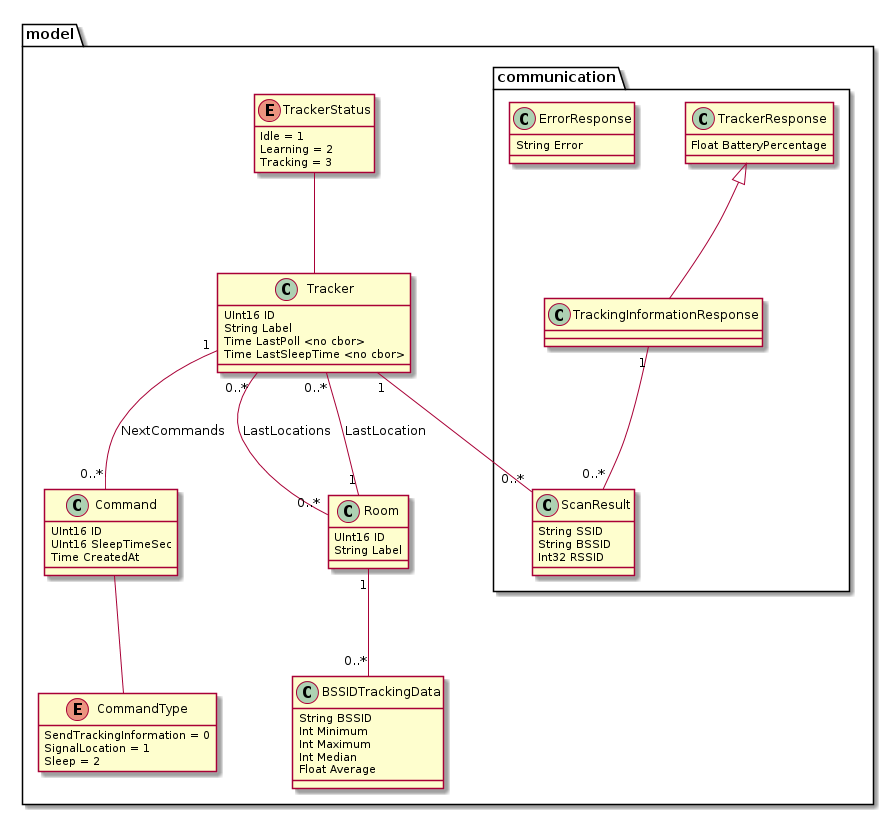
The PlantUML diagram paper/images/uml.png in glidingthroughspace/paper-tracker, before a commit. The source it was exported from:
```plantuml
@startuml
skinparam nodesep 50
skinparam ranksep 100

package model {
  class Tracker {
    UInt16 ID
    String Label
    Time LastPoll <no cbor>
    Time LastSleepTime <no cbor>
  }

  enum TrackerStatus {
    Idle = 1
    Learning = 2
    Tracking = 3
  }
  hide TrackerStatus methods

  class Command {
    UInt16 ID
    UInt16 SleepTimeSec
    Time CreatedAt
  }

  enum CommandType {
    SendTrackingInformation = 0
    SignalLocation = 1
    Sleep = 2
  }
  hide CommandType methods
  together {
    class Command
    enum CommandType
  }

  class Room {
    UInt16 ID
    String Label
  }

  class BSSIDTrackingData {
    String BSSID
    Int Minimum
    Int Maximum
    Int Median
    Float Average
  }
  together {
    class Room
    class BSSIDTrackingData
  }

  package communication {
    class TrackerResponse {
      Float BatteryPercentage
    }

    class TrackingInformationResponse {
    }

    class ScanResult {
      String SSID
      String BSSID
      Int32 RSSID
    }

    class ErrorResponse {
      String Error
    }
  }

  Tracker -up- TrackerStatus
  Tracker "0..*" -- "0..*" Room : LastLocations
  Tracker "0..*" -- "1" Room : LastLocation
  Tracker "1" -- "0..*" Command : NextCommands
  Tracker "1" -- "0..*" ScanResult

  Command -- CommandType

  Room "1" -- "0..*" BSSIDTrackingData

  TrackerResponse <|-- TrackingInformationResponse
  TrackingInformationResponse "1" -- "0..*" ScanResult
}
@enduml
```
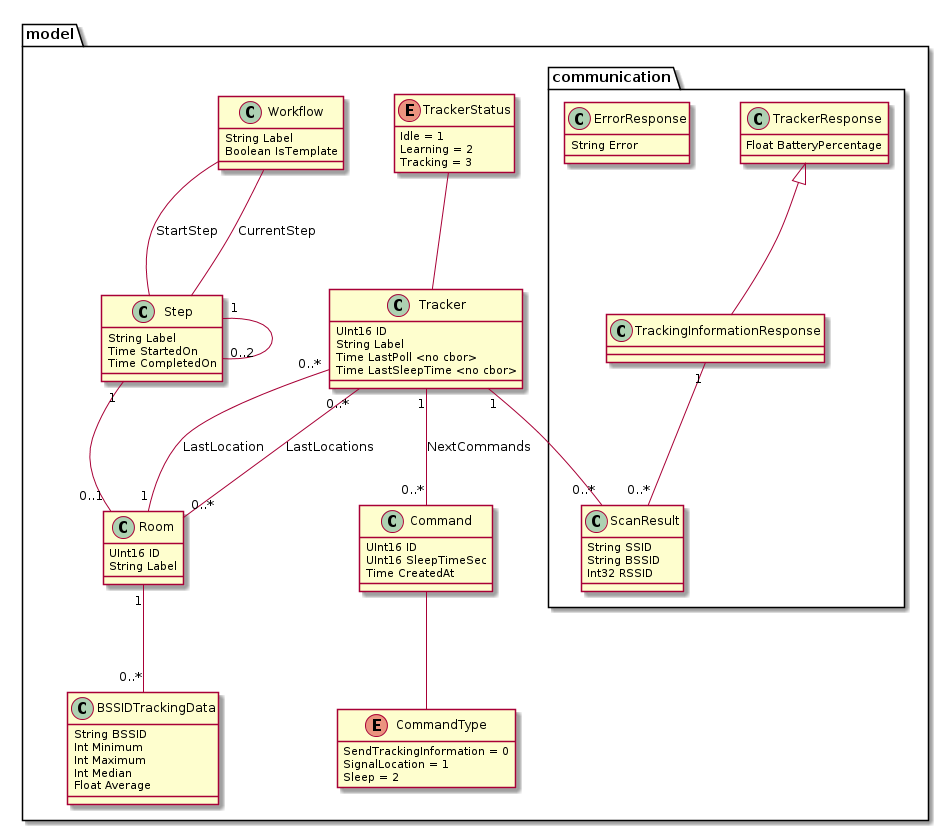
After the commit.

Commit message:
Add workflow to uml

Change to the diagram source:
```diff
@@ -51,6 +51,21 @@
     class BSSIDTrackingData
   }
 
+  class Workflow {
+  	String Label
+    Boolean IsTemplate
+  }
+
+  class Step {
+  	String Label
+    Time StartedOn
+    Time CompletedOn
+  }
+  together {
+  	class Workflow
+    class Step
+  }
+
   package communication {
     class TrackerResponse {
       Float BatteryPercentage
@@ -80,6 +95,11 @@
 
   Room "1" -- "0..*" BSSIDTrackingData
 
+  Workflow -- Step : StartStep
+  Workflow -- Step : CurrentStep
+  Step "1" -- "0..1" Room
+  Step "1" -- "0..2" Step
+
   TrackerResponse <|-- TrackingInformationResponse
   TrackingInformationResponse "1" -- "0..*" ScanResult
 }
```
